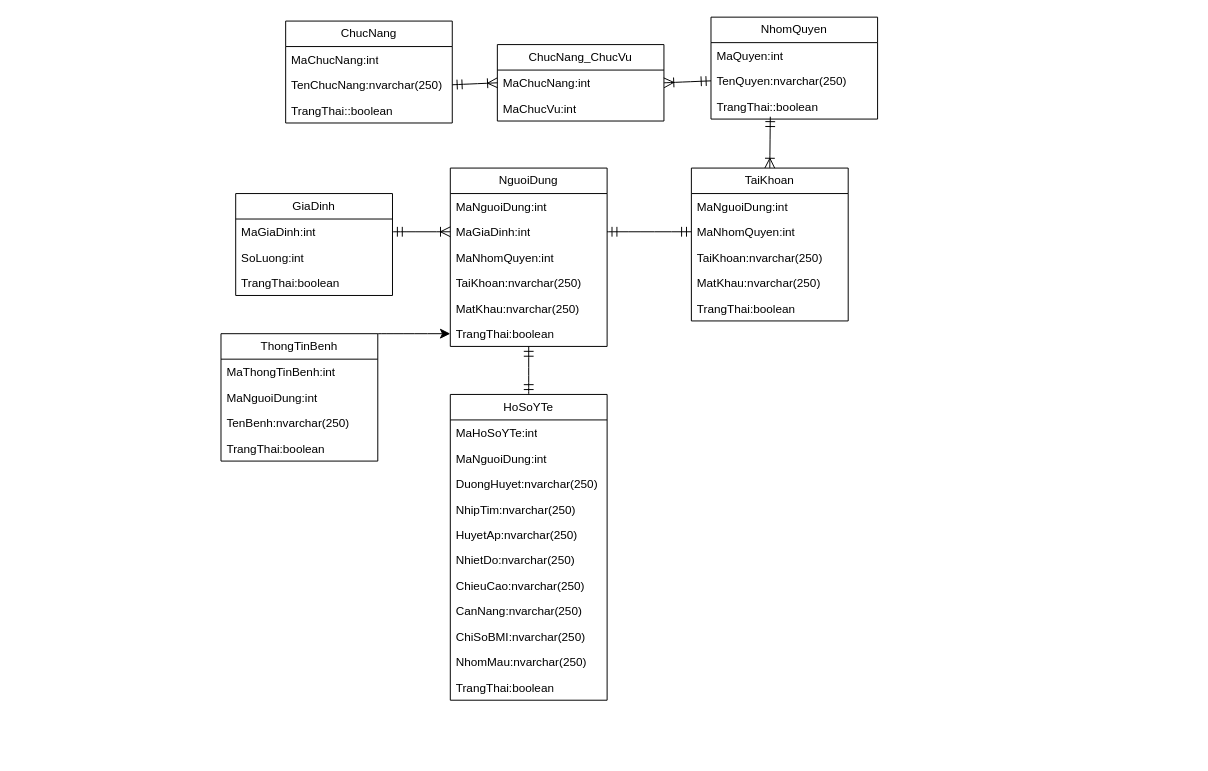
This is nhatkykhamsukhoe.drawio from maivantai2003/vercelDemo, a draw.io file, before an edit. Source tidied: cells renumbered, new cells numbered last; positions are measured from the earlier drawing's top-left corner, leaving out a move shared by most shapes. Both pictures are drawn from the tidied source at 98%, with x=0, y=0 at pixel (220, 17).
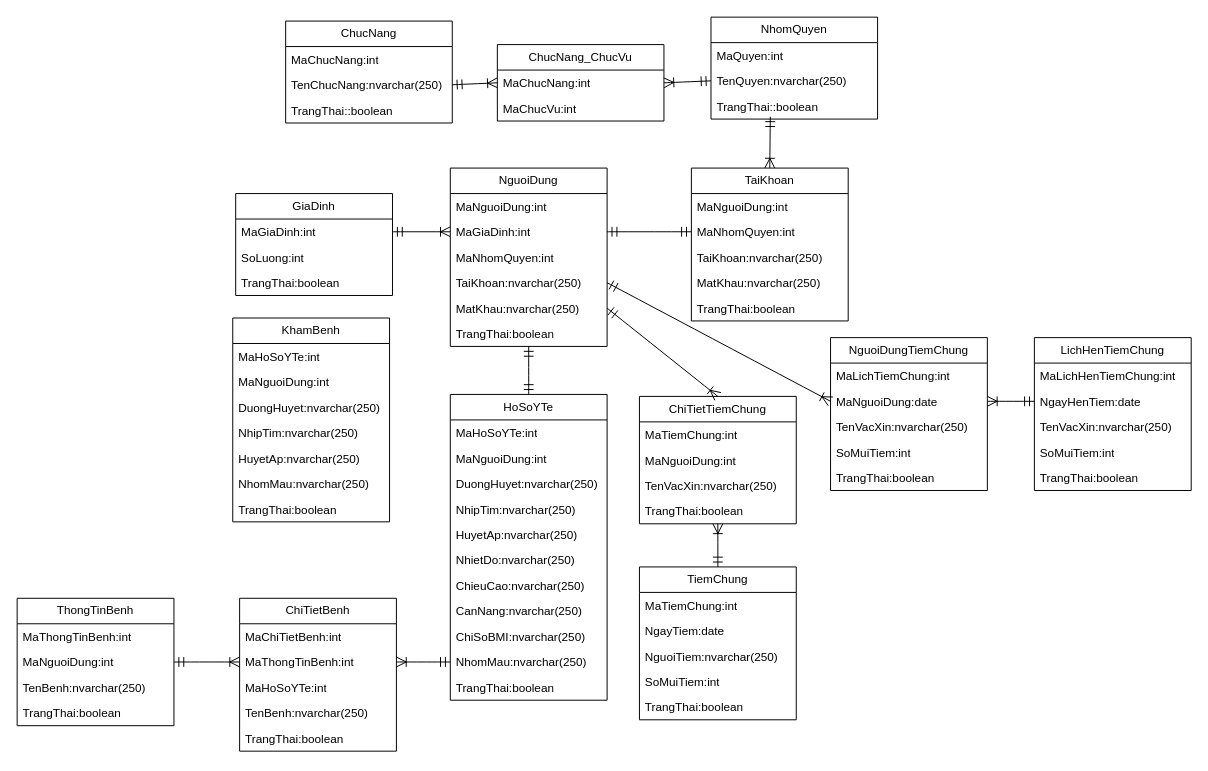
The same diagram, later.

The change refers to these unchanged cells:
```xml
<mxCell id="26" value="TaiKhoan:nvarchar(250)" style="text;strokeColor=none;fillColor=none;align=left;verticalAlign=top;spacingLeft=4;spacingRight=4;overflow=hidden;points=[[0,0.5],[1,0.5]];portConstraint=eastwest;whiteSpace=wrap;html=1;" parent="22" vertex="1">
  <mxGeometry y="104" width="160" height="26" as="geometry" />
</mxCell>
<mxCell id="27" value="MatKhau:nvarchar(250)" style="text;strokeColor=none;fillColor=none;align=left;verticalAlign=top;spacingLeft=4;spacingRight=4;overflow=hidden;points=[[0,0.5],[1,0.5]];portConstraint=eastwest;whiteSpace=wrap;html=1;" parent="22" vertex="1">
  <mxGeometry y="130" width="160" height="26" as="geometry" />
</mxCell>
<mxCell id="28" value="TrangThai:boolean" style="text;strokeColor=none;fillColor=none;align=left;verticalAlign=top;spacingLeft=4;spacingRight=4;overflow=hidden;points=[[0,0.5],[1,0.5]];portConstraint=eastwest;whiteSpace=wrap;html=1;" parent="22" vertex="1">
  <mxGeometry y="156" width="160" height="26" as="geometry" />
</mxCell>
<mxCell id="46" value="NhomMau:nvarchar(250)" style="text;strokeColor=none;fillColor=none;align=left;verticalAlign=top;spacingLeft=4;spacingRight=4;overflow=hidden;points=[[0,0.5],[1,0.5]];portConstraint=eastwest;whiteSpace=wrap;html=1;" parent="36" vertex="1">
  <mxGeometry y="260" width="160" height="26" as="geometry" />
</mxCell>
<mxCell id="51" value="MaNguoiDung:int" style="text;strokeColor=none;fillColor=none;align=left;verticalAlign=top;spacingLeft=4;spacingRight=4;overflow=hidden;points=[[0,0.5],[1,0.5]];portConstraint=eastwest;whiteSpace=wrap;html=1;" parent="49" vertex="1">
  <mxGeometry y="52" width="160" height="26" as="geometry" />
</mxCell>
```

Diff of the diagram source:
```diff
@@
-    <mxCell id="48" style="edgeStyle=none;curved=1;rounded=0;jettySize=auto;html=1;exitX=1;exitY=0;exitDx=0;exitDy=0;entryX=0;entryY=0.5;entryDx=0;entryDy=0;fontSize=12;startSize=8;endSize=8;" parent="1" edge="1" source="49" target="28">
-      <mxGeometry relative="1" as="geometry" />
-    </mxCell>
     <mxCell id="49" value="ThongTinBenh" style="swimlane;fontStyle=0;horizontal=1;startSize=26;fillColor=none;whiteSpace=wrap;html=1;" parent="1" vertex="1">
-      <mxGeometry y="323" width="160" height="130" as="geometry" />
+      <mxGeometry x="-208" y="593" width="160" height="130" as="geometry" />
     </mxCell>
@@
+    <mxCell id="54" value="ChiTietBenh" style="swimlane;fontStyle=0;horizontal=1;startSize=26;fillColor=none;whiteSpace=wrap;html=1;" parent="1" vertex="1">
+      <mxGeometry x="19" y="593" width="160" height="156" as="geometry" />
+    </mxCell>
+    <mxCell id="55" value="MaChiTietBenh:int" style="text;strokeColor=none;fillColor=none;align=left;verticalAlign=top;spacingLeft=4;spacingRight=4;overflow=hidden;whiteSpace=wrap;html=1;" parent="54" vertex="1">
+      <mxGeometry y="26" width="160" height="26" as="geometry" />
+    </mxCell>
+    <mxCell id="56" value="MaThongTinBenh:int" style="text;strokeColor=none;fillColor=none;align=left;verticalAlign=top;spacingLeft=4;spacingRight=4;overflow=hidden;points=[[0,0.5],[1,0.5]];portConstraint=eastwest;whiteSpace=wrap;html=1;" parent="54" vertex="1">
+      <mxGeometry y="52" width="160" height="26" as="geometry" />
+    </mxCell>
+    <mxCell id="57" value="MaHoSoYTe:int" style="text;strokeColor=none;fillColor=none;align=left;verticalAlign=top;spacingLeft=4;spacingRight=4;overflow=hidden;whiteSpace=wrap;html=1;" parent="54" vertex="1">
+      <mxGeometry y="78" width="160" height="26" as="geometry" />
+    </mxCell>
+    <mxCell id="58" value="TenBenh:nvarchar(250)" style="text;strokeColor=none;fillColor=none;align=left;verticalAlign=top;spacingLeft=4;spacingRight=4;overflow=hidden;whiteSpace=wrap;html=1;" parent="54" vertex="1">
+      <mxGeometry y="104" width="160" height="26" as="geometry" />
+    </mxCell>
+    <mxCell id="59" value="TrangThai:boolean" style="text;strokeColor=none;fillColor=none;align=left;verticalAlign=top;spacingLeft=4;spacingRight=4;overflow=hidden;whiteSpace=wrap;html=1;" parent="54" vertex="1">
+      <mxGeometry y="130" width="160" height="26" as="geometry" />
+    </mxCell>
+    <mxCell id="60" style="edgeStyle=none;curved=1;rounded=0;jettySize=auto;html=1;exitX=1;exitY=0.5;exitDx=0;exitDy=0;entryX=0;entryY=0.5;entryDx=0;entryDy=0;fontSize=12;startSize=8;endSize=8;endArrow=ERoneToMany;endFill=0;startArrow=ERmandOne;startFill=0;" parent="1" edge="1" source="51" target="56">
+      <mxGeometry relative="1" as="geometry" />
+    </mxCell>
+    <mxCell id="61" style="edgeStyle=none;curved=1;rounded=0;jettySize=auto;html=1;exitX=1;exitY=0.5;exitDx=0;exitDy=0;entryX=0;entryY=0.5;entryDx=0;entryDy=0;fontSize=12;startSize=8;endSize=8;startArrow=ERoneToMany;startFill=0;endArrow=ERmandOne;endFill=0;" parent="1" edge="1" source="56" target="46">
+      <mxGeometry relative="1" as="geometry" />
+    </mxCell>
+    <mxCell id="62" style="edgeStyle=none;curved=1;rounded=0;jettySize=auto;html=1;exitX=0.5;exitY=0;exitDx=0;exitDy=0;fontSize=12;startSize=8;endSize=8;endArrow=ERoneToMany;endFill=0;startArrow=ERmandOne;startFill=0;" parent="1" edge="1" source="63" target="73">
+      <mxGeometry relative="1" as="geometry" />
+    </mxCell>
+    <mxCell id="63" value="TiemChung" style="swimlane;fontStyle=0;horizontal=1;startSize=26;fillColor=none;whiteSpace=wrap;html=1;" parent="1" vertex="1">
+      <mxGeometry x="427" y="561" width="160" height="156" as="geometry" />
+    </mxCell>
+    <mxCell id="64" value="MaTiemChung:int" style="text;strokeColor=none;fillColor=none;align=left;verticalAlign=top;spacingLeft=4;spacingRight=4;overflow=hidden;whiteSpace=wrap;html=1;" parent="63" vertex="1">
+      <mxGeometry y="26" width="160" height="26" as="geometry" />
+    </mxCell>
+    <mxCell id="65" value="NgayTiem:date" style="text;strokeColor=none;fillColor=none;align=left;verticalAlign=top;spacingLeft=4;spacingRight=4;overflow=hidden;whiteSpace=wrap;html=1;" parent="63" vertex="1">
+      <mxGeometry y="52" width="160" height="26" as="geometry" />
+    </mxCell>
+    <mxCell id="66" value="NguoiTiem:nvarchar(250)" style="text;strokeColor=none;fillColor=none;align=left;verticalAlign=top;spacingLeft=4;spacingRight=4;overflow=hidden;whiteSpace=wrap;html=1;" parent="63" vertex="1">
+      <mxGeometry y="78" width="160" height="26" as="geometry" />
+    </mxCell>
+    <mxCell id="67" value="SoMuiTiem:int" style="text;strokeColor=none;fillColor=none;align=left;verticalAlign=top;spacingLeft=4;spacingRight=4;overflow=hidden;whiteSpace=wrap;html=1;" parent="63" vertex="1">
+      <mxGeometry y="104" width="160" height="26" as="geometry" />
+    </mxCell>
+    <mxCell id="68" value="TrangThai:boolean" style="text;strokeColor=none;fillColor=none;align=left;verticalAlign=top;spacingLeft=4;spacingRight=4;overflow=hidden;whiteSpace=wrap;html=1;" parent="63" vertex="1">
+      <mxGeometry y="130" width="160" height="26" as="geometry" />
+    </mxCell>
+    <mxCell id="69" value="ChiTietTiemChung" style="swimlane;fontStyle=0;horizontal=1;startSize=26;fillColor=none;whiteSpace=wrap;html=1;" parent="1" vertex="1">
+      <mxGeometry x="427" y="387" width="160" height="130" as="geometry" />
+    </mxCell>
+    <mxCell id="70" value="MaTiemChung:int" style="text;strokeColor=none;fillColor=none;align=left;verticalAlign=top;spacingLeft=4;spacingRight=4;overflow=hidden;whiteSpace=wrap;html=1;" parent="69" vertex="1">
+      <mxGeometry y="26" width="160" height="26" as="geometry" />
+    </mxCell>
+    <mxCell id="71" value="MaNguoiDung:int" style="text;strokeColor=none;fillColor=none;align=left;verticalAlign=top;spacingLeft=4;spacingRight=4;overflow=hidden;whiteSpace=wrap;html=1;" parent="69" vertex="1">
+      <mxGeometry y="52" width="160" height="26" as="geometry" />
+    </mxCell>
+    <mxCell id="72" value="TenVacXin:nvarchar(250)" style="text;strokeColor=none;fillColor=none;align=left;verticalAlign=top;spacingLeft=4;spacingRight=4;overflow=hidden;whiteSpace=wrap;html=1;" parent="69" vertex="1">
+      <mxGeometry y="78" width="160" height="26" as="geometry" />
+    </mxCell>
+    <mxCell id="73" value="TrangThai:boolean" style="text;strokeColor=none;fillColor=none;align=left;verticalAlign=top;spacingLeft=4;spacingRight=4;overflow=hidden;points=[[0,0.5],[1,0.5]];portConstraint=eastwest;whiteSpace=wrap;html=1;" parent="69" vertex="1">
+      <mxGeometry y="104" width="160" height="26" as="geometry" />
+    </mxCell>
+    <mxCell id="74" style="edgeStyle=none;curved=1;rounded=0;jettySize=auto;html=1;exitX=1;exitY=0.5;exitDx=0;exitDy=0;entryX=0.5;entryY=0;entryDx=0;entryDy=0;fontSize=12;startSize=8;endSize=8;endArrow=ERoneToMany;endFill=0;startArrow=ERmandOne;startFill=0;" parent="1" edge="1" source="27" target="69">
+      <mxGeometry relative="1" as="geometry" />
+    </mxCell>
+    <mxCell id="75" value="KhamBenh" style="swimlane;fontStyle=0;horizontal=1;startSize=26;fillColor=none;whiteSpace=wrap;html=1;" parent="1" vertex="1">
+      <mxGeometry x="12" y="307" width="160" height="208" as="geometry" />
+    </mxCell>
+    <mxCell id="76" value="MaHoSoYTe:int" style="text;strokeColor=none;fillColor=none;align=left;verticalAlign=top;spacingLeft=4;spacingRight=4;overflow=hidden;whiteSpace=wrap;html=1;" parent="75" vertex="1">
+      <mxGeometry y="26" width="160" height="26" as="geometry" />
+    </mxCell>
+    <mxCell id="77" value="MaNguoiDung:int" style="text;strokeColor=none;fillColor=none;align=left;verticalAlign=top;spacingLeft=4;spacingRight=4;overflow=hidden;whiteSpace=wrap;html=1;" parent="75" vertex="1">
+      <mxGeometry y="52" width="160" height="26" as="geometry" />
+    </mxCell>
+    <mxCell id="78" value="DuongHuyet:nvarchar(250)" style="text;strokeColor=none;fillColor=none;align=left;verticalAlign=top;spacingLeft=4;spacingRight=4;overflow=hidden;whiteSpace=wrap;html=1;" parent="75" vertex="1">
+      <mxGeometry y="78" width="160" height="26" as="geometry" />
+    </mxCell>
+    <mxCell id="79" value="NhipTim:nvarchar(250)" style="text;strokeColor=none;fillColor=none;align=left;verticalAlign=top;spacingLeft=4;spacingRight=4;overflow=hidden;whiteSpace=wrap;html=1;" parent="75" vertex="1">
+      <mxGeometry y="104" width="160" height="26" as="geometry" />
+    </mxCell>
+    <mxCell id="80" value="HuyetAp:nvarchar(250)" style="text;strokeColor=none;fillColor=none;align=left;verticalAlign=top;spacingLeft=4;spacingRight=4;overflow=hidden;whiteSpace=wrap;html=1;" parent="75" vertex="1">
+      <mxGeometry y="130" width="160" height="26" as="geometry" />
+    </mxCell>
+    <mxCell id="81" value="NhomMau:nvarchar(250)" style="text;strokeColor=none;fillColor=none;align=left;verticalAlign=top;spacingLeft=4;spacingRight=4;overflow=hidden;whiteSpace=wrap;html=1;" parent="75" vertex="1">
+      <mxGeometry y="156" width="160" height="26" as="geometry" />
+    </mxCell>
+    <mxCell id="82" value="TrangThai:boolean" style="text;strokeColor=none;fillColor=none;align=left;verticalAlign=top;spacingLeft=4;spacingRight=4;overflow=hidden;whiteSpace=wrap;html=1;" parent="75" vertex="1">
+      <mxGeometry y="182" width="160" height="26" as="geometry" />
+    </mxCell>
+    <mxCell id="83" value="LichHenTiemChung" style="swimlane;fontStyle=0;horizontal=1;startSize=26;fillColor=none;whiteSpace=wrap;html=1;" parent="1" vertex="1">
+      <mxGeometry x="830" y="327" width="160" height="156" as="geometry" />
+    </mxCell>
+    <mxCell id="84" value="MaLichHenTiemChung:int" style="text;strokeColor=none;fillColor=none;align=left;verticalAlign=top;spacingLeft=4;spacingRight=4;overflow=hidden;whiteSpace=wrap;html=1;" parent="83" vertex="1">
+      <mxGeometry y="26" width="160" height="26" as="geometry" />
+    </mxCell>
+    <mxCell id="85" value="NgayHenTiem:date" style="text;strokeColor=none;fillColor=none;align=left;verticalAlign=top;spacingLeft=4;spacingRight=4;overflow=hidden;points=[[0,0.5],[1,0.5]];portConstraint=eastwest;whiteSpace=wrap;html=1;" parent="83" vertex="1">
+      <mxGeometry y="52" width="160" height="26" as="geometry" />
+    </mxCell>
+    <mxCell id="86" value="TenVacXin:nvarchar(250)" style="text;strokeColor=none;fillColor=none;align=left;verticalAlign=top;spacingLeft=4;spacingRight=4;overflow=hidden;whiteSpace=wrap;html=1;" parent="83" vertex="1">
+      <mxGeometry y="78" width="160" height="26" as="geometry" />
+    </mxCell>
+    <mxCell id="87" value="SoMuiTiem:int" style="text;strokeColor=none;fillColor=none;align=left;verticalAlign=top;spacingLeft=4;spacingRight=4;overflow=hidden;whiteSpace=wrap;html=1;" parent="83" vertex="1">
+      <mxGeometry y="104" width="160" height="26" as="geometry" />
+    </mxCell>
+    <mxCell id="88" value="TrangThai:boolean" style="text;strokeColor=none;fillColor=none;align=left;verticalAlign=top;spacingLeft=4;spacingRight=4;overflow=hidden;whiteSpace=wrap;html=1;" parent="83" vertex="1">
+      <mxGeometry y="130" width="160" height="26" as="geometry" />
+    </mxCell>
+    <mxCell id="89" value="NguoiDungTiemChung" style="swimlane;fontStyle=0;horizontal=1;startSize=26;fillColor=none;whiteSpace=wrap;html=1;" parent="1" vertex="1">
+      <mxGeometry x="622" y="327" width="160" height="156" as="geometry" />
+    </mxCell>
+    <mxCell id="90" value="MaLichTiemChung:int" style="text;strokeColor=none;fillColor=none;align=left;verticalAlign=top;spacingLeft=4;spacingRight=4;overflow=hidden;whiteSpace=wrap;html=1;" parent="89" vertex="1">
+      <mxGeometry y="26" width="160" height="26" as="geometry" />
+    </mxCell>
+    <mxCell id="91" value="MaNguoiDung:date" style="text;strokeColor=none;fillColor=none;align=left;verticalAlign=top;spacingLeft=4;spacingRight=4;overflow=hidden;points=[[0,0.5],[1,0.5]];portConstraint=eastwest;whiteSpace=wrap;html=1;" parent="89" vertex="1">
+      <mxGeometry y="52" width="160" height="26" as="geometry" />
+    </mxCell>
+    <mxCell id="92" value="TenVacXin:nvarchar(250)" style="text;strokeColor=none;fillColor=none;align=left;verticalAlign=top;spacingLeft=4;spacingRight=4;overflow=hidden;whiteSpace=wrap;html=1;" parent="89" vertex="1">
+      <mxGeometry y="78" width="160" height="26" as="geometry" />
+    </mxCell>
+    <mxCell id="93" value="SoMuiTiem:int" style="text;strokeColor=none;fillColor=none;align=left;verticalAlign=top;spacingLeft=4;spacingRight=4;overflow=hidden;whiteSpace=wrap;html=1;" parent="89" vertex="1">
+      <mxGeometry y="104" width="160" height="26" as="geometry" />
+    </mxCell>
+    <mxCell id="94" value="TrangThai:boolean" style="text;strokeColor=none;fillColor=none;align=left;verticalAlign=top;spacingLeft=4;spacingRight=4;overflow=hidden;whiteSpace=wrap;html=1;" parent="89" vertex="1">
+      <mxGeometry y="130" width="160" height="26" as="geometry" />
+    </mxCell>
+    <mxCell id="95" style="edgeStyle=none;curved=1;rounded=0;jettySize=auto;html=1;exitX=1;exitY=0.5;exitDx=0;exitDy=0;entryX=0;entryY=0.5;entryDx=0;entryDy=0;fontSize=12;startSize=8;endSize=8;endArrow=ERoneToMany;endFill=0;startArrow=ERmandOne;startFill=0;" parent="1" edge="1" source="26" target="91">
+      <mxGeometry relative="1" as="geometry" />
+    </mxCell>
+    <mxCell id="96" style="edgeStyle=none;curved=1;rounded=0;jettySize=auto;html=1;exitX=1;exitY=0.5;exitDx=0;exitDy=0;entryX=0;entryY=0.5;entryDx=0;entryDy=0;fontSize=12;startSize=8;endSize=8;startArrow=ERoneToMany;startFill=0;endArrow=ERmandOne;endFill=0;" parent="1" edge="1" source="91" target="85">
+      <mxGeometry relative="1" as="geometry" />
+    </mxCell>
```
